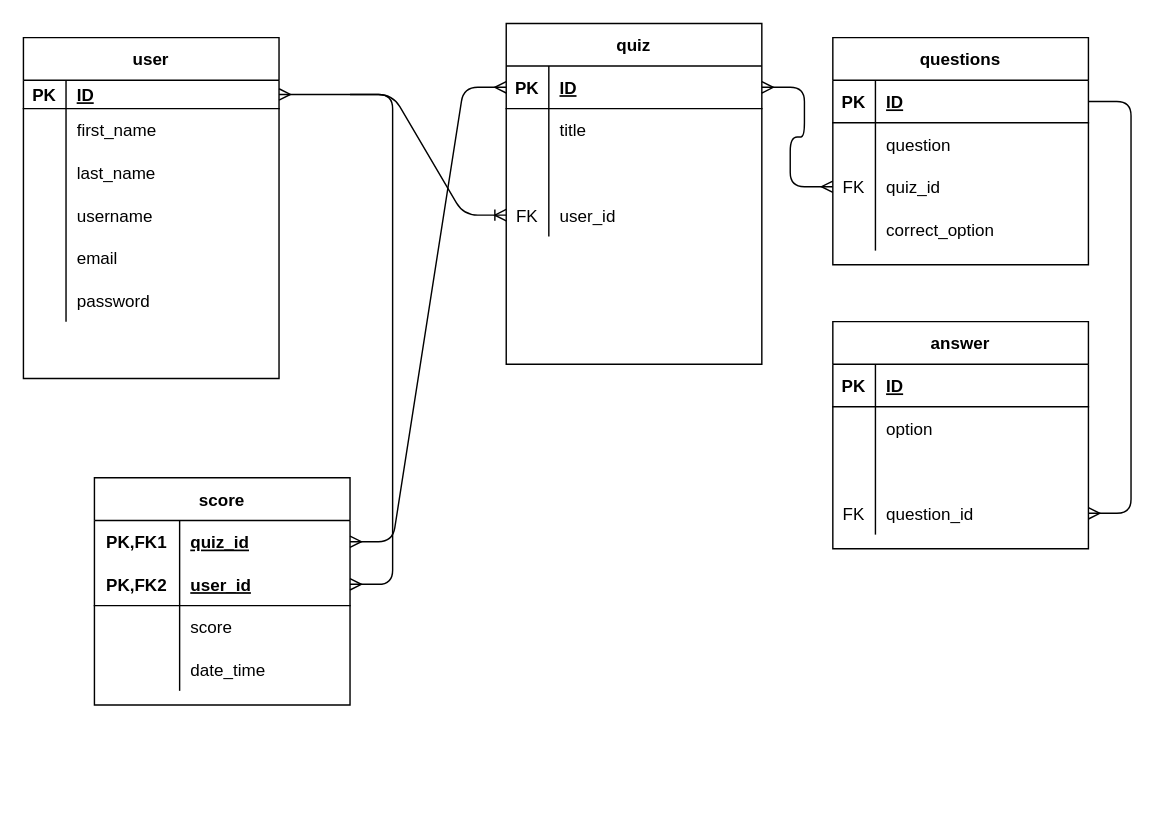
This is page "DB structure" (6 of 7) of User Flow.drawio from Etipriya/tri-via-hub, a draw.io file, before an edit. Source tidied: cells renumbered, new cells numbered last; positions are measured from the earlier drawing's top-left corner, leaving out a move shared by most shapes. Both pictures are drawn from the tidied source at 142%, with x=0, y=0 at pixel (23, 23).
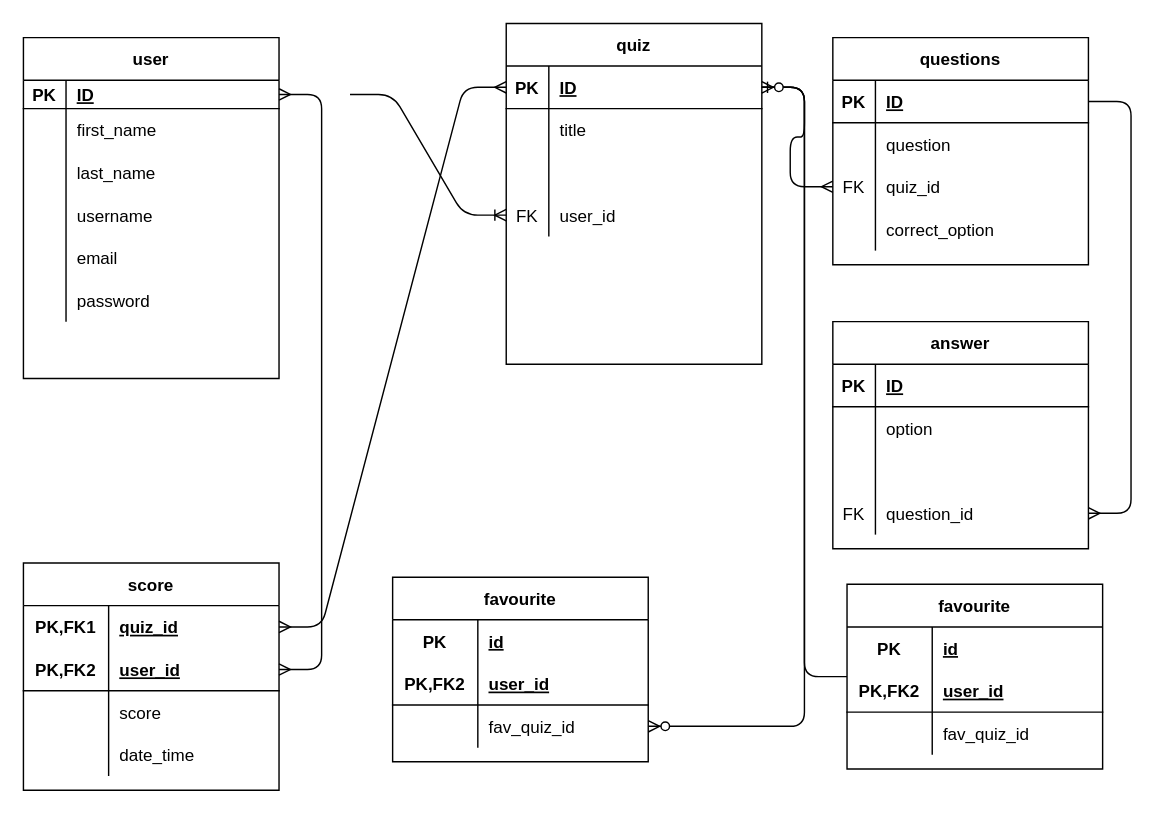
Above is the later version.

Unchanged cells that the change refers to:
```xml
<mxCell id="22" style="shape=partialRectangle;fillColor=none;top=0;left=0;bottom=1;right=0;points=[[0,0.5],[1,0.5]];portConstraint=eastwest;" parent="21" vertex="1">
  <mxGeometry y="30" width="180" height="30" as="geometry" />
</mxCell>
```

Diff of the diagram source:
```diff
@@
     <mxCell id="60" value="score" style="shape=table;startSize=30;childLayout=tableLayout;rowLines=0;fontStyle=1;align=center;" parent="1" vertex="1">
-      <mxGeometry x="50" y="320" width="180" height="160" as="geometry" />
+      <mxGeometry y="380" width="180" height="160" as="geometry" />
     </mxCell>
@@
+    <mxCell id="78" value="favourite" style="shape=table;startSize=30;childLayout=tableLayout;rowLines=0;fontStyle=1;align=center;" parent="1" vertex="1">
+      <mxGeometry x="260" y="390" width="180" height="130" as="geometry" />
+    </mxCell>
+    <mxCell id="79" style="shape=partialRectangle;fillColor=none;top=0;left=0;bottom=0;right=0;" parent="78" vertex="1">
+      <mxGeometry y="30" width="180" height="30" as="geometry" />
+    </mxCell>
+    <mxCell id="80" value="PK" style="shape=partialRectangle;fillColor=none;top=0;left=0;bottom=0;right=0;fontStyle=1;overflow=hidden;" parent="79" vertex="1">
+      <mxGeometry width="60" height="30" as="geometry" />
+    </mxCell>
+    <mxCell id="81" value="id" style="shape=partialRectangle;fillColor=none;top=0;left=0;bottom=0;right=0;align=left;spacingLeft=6;fontStyle=5;overflow=hidden;" parent="79" vertex="1">
+      <mxGeometry x="60" width="120" height="30" as="geometry" />
+    </mxCell>
+    <mxCell id="82" style="shape=partialRectangle;fillColor=none;top=0;left=0;bottom=1;right=0;" parent="78" vertex="1">
+      <mxGeometry y="60" width="180" height="30" as="geometry" />
+    </mxCell>
+    <mxCell id="83" value="PK,FK2" style="shape=partialRectangle;fillColor=none;top=0;left=0;bottom=0;right=0;fontStyle=1;overflow=hidden;" parent="82" vertex="1">
+      <mxGeometry width="60" height="30" as="geometry" />
+    </mxCell>
+    <mxCell id="84" value="user_id" style="shape=partialRectangle;fillColor=none;top=0;left=0;bottom=0;right=0;align=left;spacingLeft=6;fontStyle=5;overflow=hidden;" parent="82" vertex="1">
+      <mxGeometry x="60" width="120" height="30" as="geometry" />
+    </mxCell>
+    <mxCell id="85" style="shape=partialRectangle;fillColor=none;top=0;left=0;bottom=0;right=0;points=[[0,0.5],[1,0.5]];portConstraint=eastwest;" parent="78" vertex="1">
+      <mxGeometry y="90" width="180" height="30" as="geometry" />
+    </mxCell>
+    <mxCell id="86" style="shape=partialRectangle;fillColor=none;top=0;left=0;bottom=0;right=0;overflow=hidden;" parent="85" vertex="1">
+      <mxGeometry width="60" height="30" as="geometry" />
+    </mxCell>
+    <mxCell id="87" value="fav_quiz_id" style="shape=partialRectangle;fillColor=none;top=0;left=0;bottom=0;right=0;align=left;spacingLeft=6;overflow=hidden;" parent="85" vertex="1">
+      <mxGeometry x="60" width="120" height="30" as="geometry" />
+    </mxCell>
+    <mxCell id="88" style="edgeStyle=entityRelationEdgeStyle;fontSize=12;html=1;endArrow=ERzeroToMany;startArrow=none;" parent="1" edge="1" source="22" target="85">
+      <mxGeometry relative="1" as="geometry" />
+    </mxCell>
+    <mxCell id="89" value="favourite" style="shape=table;startSize=30;childLayout=tableLayout;rowLines=0;fontStyle=1;align=center;" parent="1" vertex="1">
+      <mxGeometry x="580" y="395" width="180" height="130" as="geometry" />
+    </mxCell>
+    <mxCell id="90" style="shape=partialRectangle;fillColor=none;top=0;left=0;bottom=0;right=0;" parent="89" vertex="1">
+      <mxGeometry y="30" width="180" height="30" as="geometry" />
+    </mxCell>
+    <mxCell id="91" value="PK" style="shape=partialRectangle;fillColor=none;top=0;left=0;bottom=0;right=0;fontStyle=1;overflow=hidden;" parent="90" vertex="1">
+      <mxGeometry width="60" height="30" as="geometry" />
+    </mxCell>
+    <mxCell id="92" value="id" style="shape=partialRectangle;fillColor=none;top=0;left=0;bottom=0;right=0;align=left;spacingLeft=6;fontStyle=5;overflow=hidden;" parent="90" vertex="1">
+      <mxGeometry x="60" width="120" height="30" as="geometry" />
+    </mxCell>
+    <mxCell id="93" style="shape=partialRectangle;fillColor=none;top=0;left=0;bottom=1;right=0;" parent="89" vertex="1">
+      <mxGeometry y="60" width="180" height="30" as="geometry" />
+    </mxCell>
+    <mxCell id="94" value="PK,FK2" style="shape=partialRectangle;fillColor=none;top=0;left=0;bottom=0;right=0;fontStyle=1;overflow=hidden;" parent="93" vertex="1">
+      <mxGeometry width="60" height="30" as="geometry" />
+    </mxCell>
+    <mxCell id="95" value="user_id" style="shape=partialRectangle;fillColor=none;top=0;left=0;bottom=0;right=0;align=left;spacingLeft=6;fontStyle=5;overflow=hidden;" parent="93" vertex="1">
+      <mxGeometry x="60" width="120" height="30" as="geometry" />
+    </mxCell>
+    <mxCell id="96" style="shape=partialRectangle;fillColor=none;top=0;left=0;bottom=0;right=0;" parent="89" vertex="1">
+      <mxGeometry y="90" width="180" height="30" as="geometry" />
+    </mxCell>
+    <mxCell id="97" style="shape=partialRectangle;fillColor=none;top=0;left=0;bottom=0;right=0;overflow=hidden;" parent="96" vertex="1">
+      <mxGeometry width="60" height="30" as="geometry" />
+    </mxCell>
+    <mxCell id="98" value="fav_quiz_id" style="shape=partialRectangle;fillColor=none;top=0;left=0;bottom=0;right=0;align=left;spacingLeft=6;overflow=hidden;" parent="96" vertex="1">
+      <mxGeometry x="60" width="120" height="30" as="geometry" />
+    </mxCell>
+    <mxCell id="99" style="edgeStyle=entityRelationEdgeStyle;fontSize=12;html=1;endArrow=none;startArrow=ERzeroToOne;" parent="1" edge="1" source="22" target="89">
+      <mxGeometry relative="1" as="geometry" />
+    </mxCell>
```
